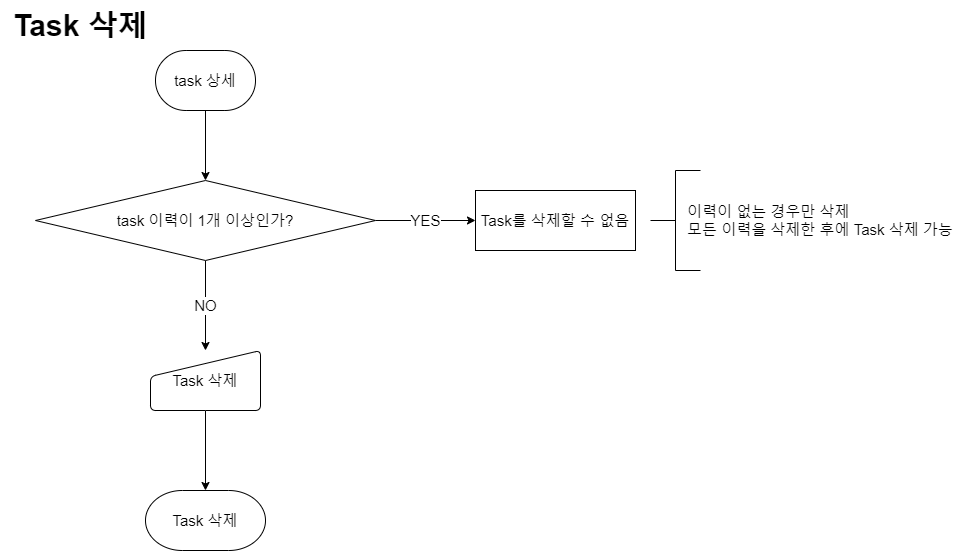
Before: timetodo-flowchart/task deletion.png, a diagram exported from draw.io (MEOHIN/todo-pe). Source tidied: cells renumbered, new cells last; positions are measured from the earlier drawing's top-left corner, leaving out a move shared by most shapes.
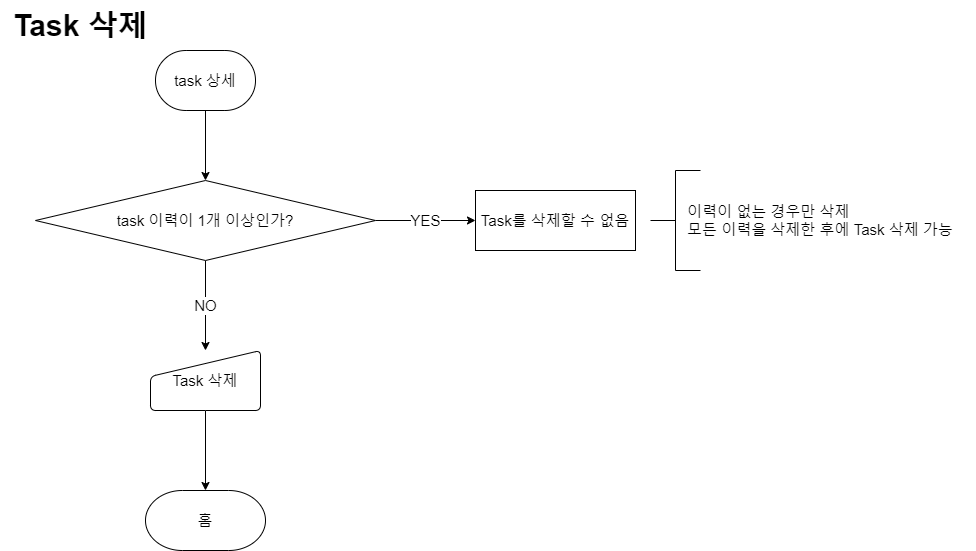
The same file after the commit.

The edit, as a diff of the source:
```diff
@@ -17,7 +17,7 @@
     <mxCell id="6" value="Task 삭제" style="html=1;strokeWidth=1;shape=manualInput;whiteSpace=wrap;rounded=1;size=26;arcSize=11;fontSize=15;align=center;" parent="1" vertex="1">
       <mxGeometry x="150" y="350" width="110" height="60" as="geometry" />
     </mxCell>
-    <mxCell id="7" value="Task 삭제" style="strokeWidth=1;html=1;shape=mxgraph.flowchart.terminator;whiteSpace=wrap;fontSize=15;" parent="1" vertex="1">
+    <mxCell id="7" value="홈" style="strokeWidth=1;html=1;shape=mxgraph.flowchart.terminator;whiteSpace=wrap;fontSize=15;" parent="1" vertex="1">
       <mxGeometry x="145" y="490" width="120" height="60" as="geometry" />
     </mxCell>
     <mxCell id="8" value="NO" style="edgeStyle=orthogonalEdgeStyle;rounded=0;jettySize=auto;html=1;fontSize=15;" parent="1" edge="1" source="10" target="6">
```
